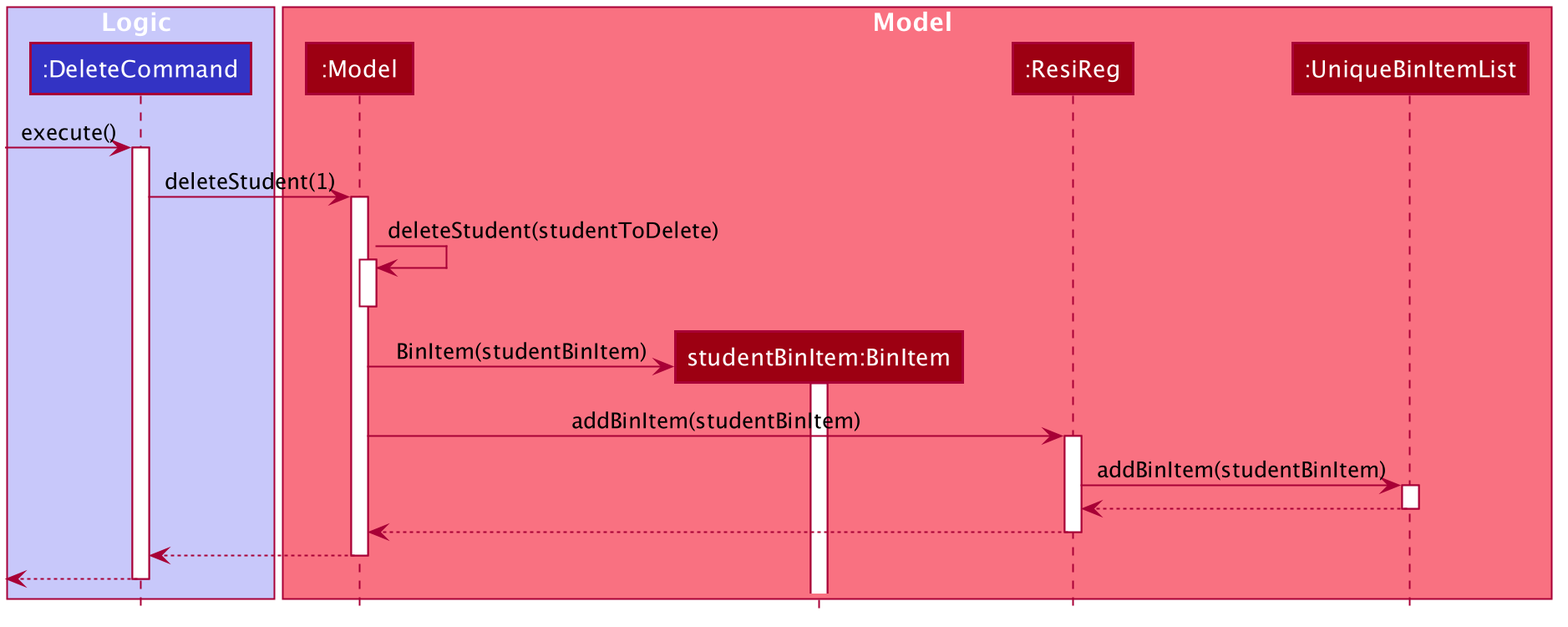
The PlantUML diagram docs/images/BinDeleteSequenceDiagram.png in nus-cs2103-AY2021S1/tp, before a commit.
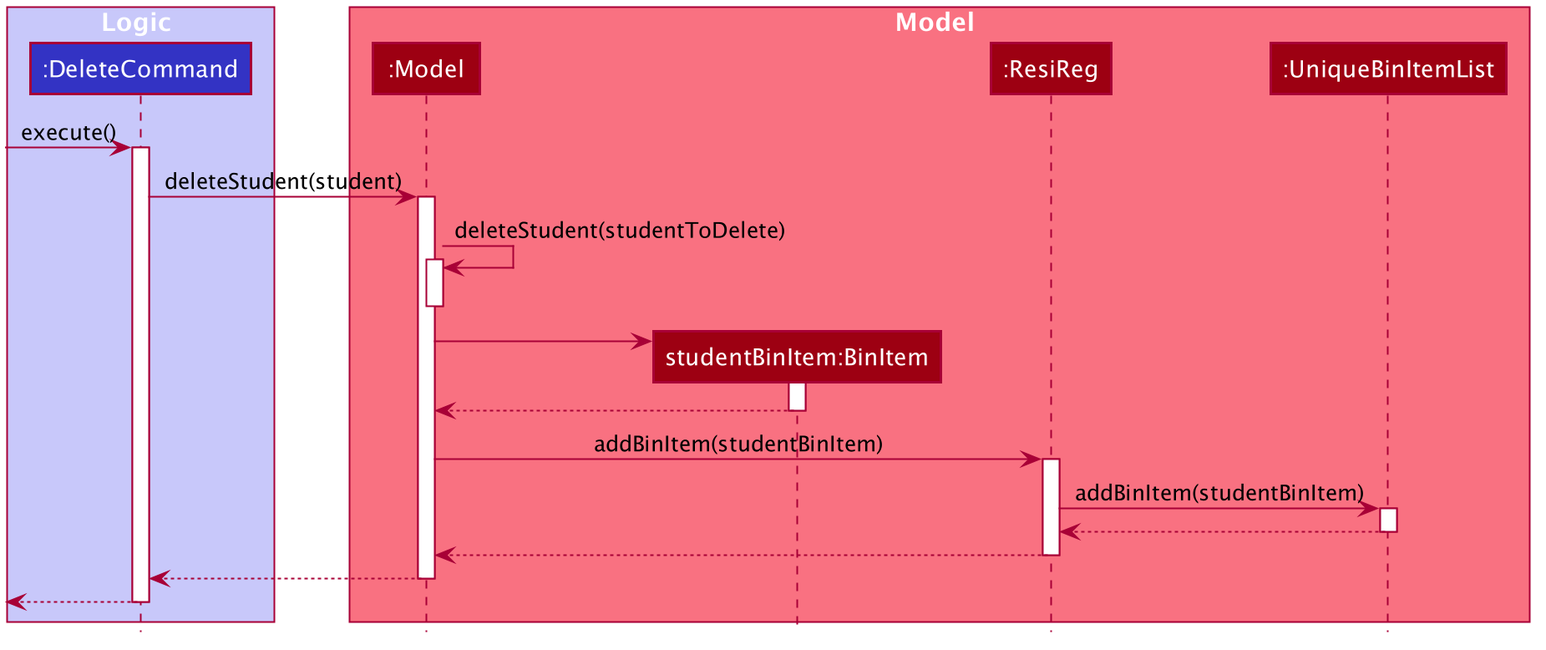
Above is the later version.

Diff of the diagram source:
```diff
@@ -62,15 +62,19 @@
 [-> DeleteCommand : execute()
 activate DeleteCommand
 
-DeleteCommand -> Model : deleteStudent(1)
+DeleteCommand -> Model : deleteStudent(student)
 activate Model
 
 Model -> Model : deleteStudent(studentToDelete)
 activate Model
 deactivate Model
 
-Model -> BinItem **: BinItem(studentBinItem)
+create BinItem
+Model -> BinItem
 activate BinItem
+
+BinItem --> Model
+deactivate BinItem
 
 Model -> ResiReg : addBinItem(studentBinItem)
 activate ResiReg
```
